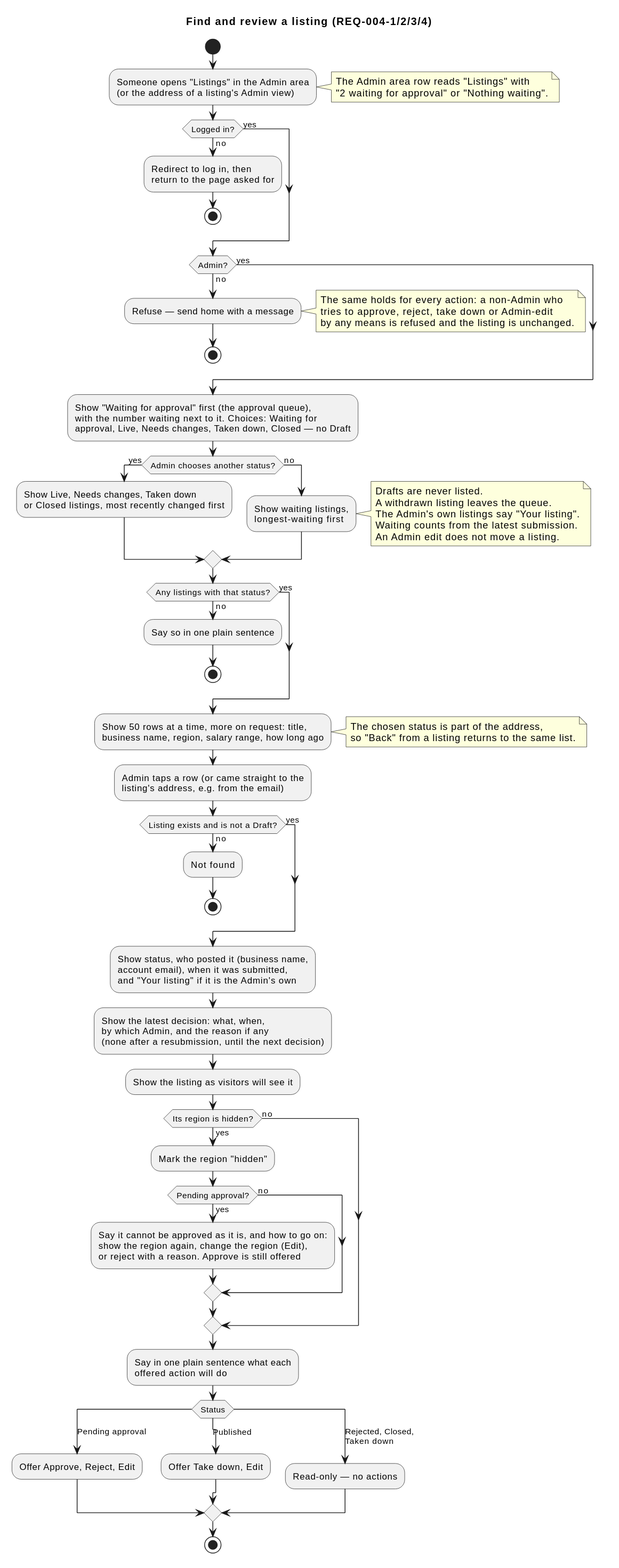
Above: docs/specs/004-listings-admin-moderation/diagrams/activity-find-and-review.svg in raseniero/jairojobs-elixir (PlantUML), before the change.
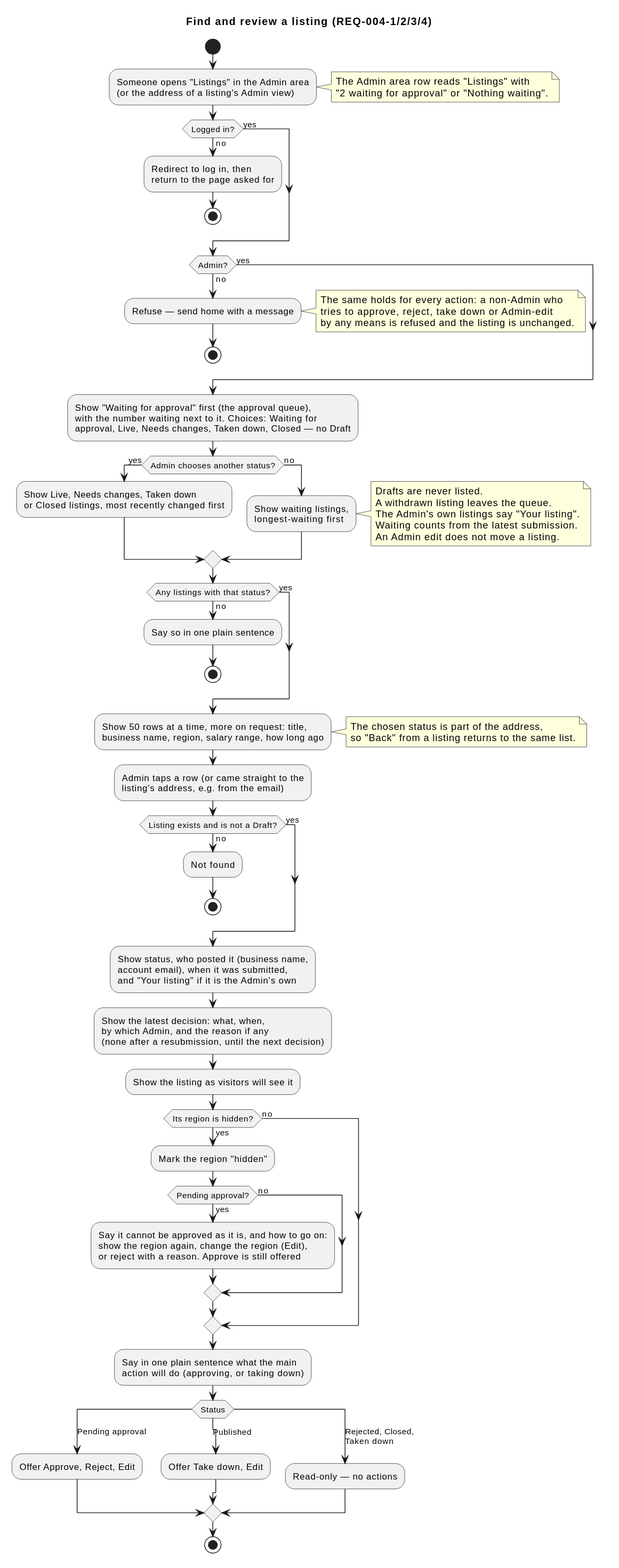
After the change.

Commit message:
docs(spec 004): REQ-004-4 asks for one sentence on the main action (amended to match the built screen)

Change to the diagram source:
```diff
@@ -76,8 +76,8 @@
   endif
 else (no)
 endif
-:Say in one plain sentence what each
-offered action will do;
+:Say in one plain sentence what the main
+action will do (approving, or taking down);
 switch (Status)
 case (Pending approval)
   :Offer Approve, Reject, Edit;
```
